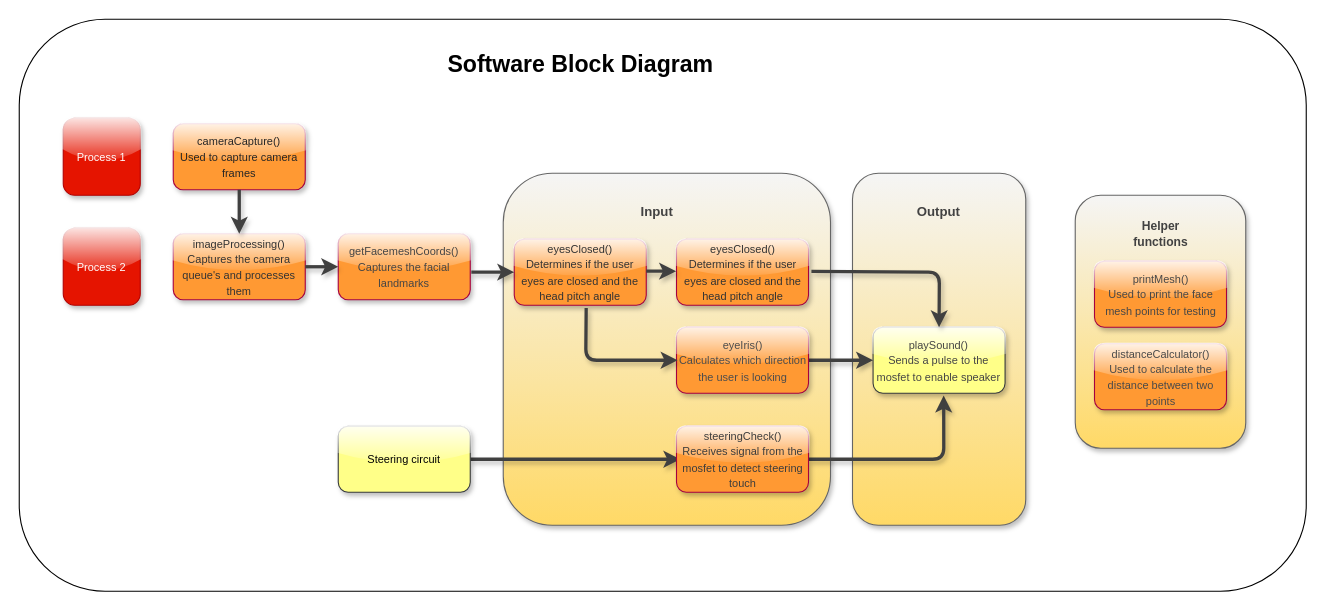
The draw.io diagram Untitled Diagram.drawio in mayerjaved/capstone-drowsy-driver-algorithm, before the edit. Source tidied: cells renumbered, new cells numbered last; positions are measured from the earlier drawing's top-left corner, leaving out a move shared by most shapes. Both pictures are drawn from the tidied source at 110%, with x=0, y=0 at pixel (19, 19).
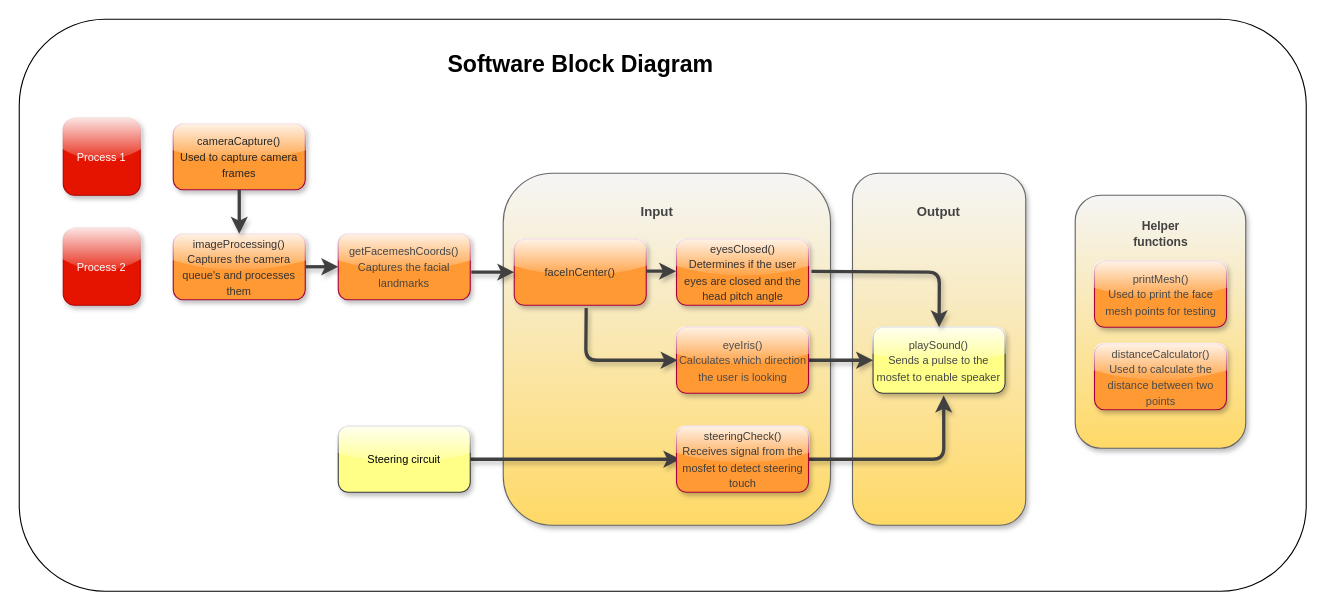
The same diagram, later.

Diff of the diagram source:
```diff
@@
-    <mxCell id="28" value="&lt;font style=&quot;font-size: 10px;&quot;&gt;&lt;font style=&quot;font-size: 10px;&quot; color=&quot;#333333&quot;&gt;eyesClosed()&lt;br&gt;Determines if the user eyes are closed and the head pitch angle&lt;/font&gt;&lt;br&gt;&lt;/font&gt;" style="rounded=1;whiteSpace=wrap;html=1;shadow=1;glass=1;fillColor=#FF9933;fontColor=#ffffff;strokeColor=#A50040;" parent="1" vertex="1">
+    <mxCell id="28" value="&lt;font style=&quot;font-size: 10px;&quot;&gt;&lt;font style=&quot;font-size: 10px;&quot; color=&quot;#333333&quot;&gt;faceInCenter()&lt;/font&gt;&lt;br&gt;&lt;/font&gt;" style="rounded=1;whiteSpace=wrap;html=1;shadow=1;glass=1;fillColor=#FF9933;fontColor=#ffffff;strokeColor=#A50040;" parent="1" vertex="1">
       <mxGeometry x="450" y="200" width="120" height="60" as="geometry" />
     </mxCell>
```
